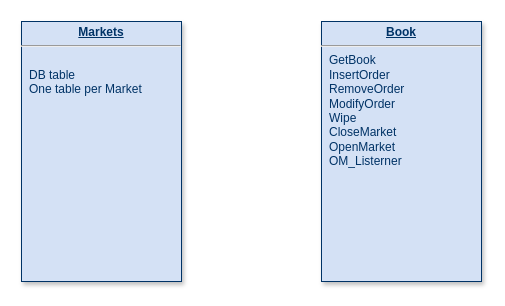
This is page "BOOK" (2 of 2) of Doc/HLD.drawio from shuodata/Babieca, a draw.io file, before an edit. Source tidied: cells renumbered, new cells numbered last; positions are measured from the earlier drawing's top-left corner, leaving out a move shared by most shapes. Both pictures are drawn from the tidied source at 100%, with x=0, y=0 at pixel (21, 21).
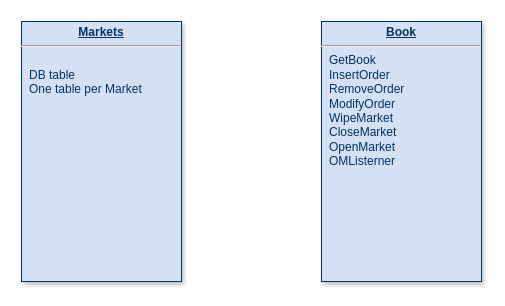
Above is the later version.

What changed in the source:
```diff
@@
 <mxGraphModel>
   <root>
     <mxCell id="0" />
     <mxCell id="1" parent="0" />
-    <mxCell id="2" value="&lt;p style=&quot;margin: 0px ; margin-top: 4px ; text-align: center ; text-decoration: underline&quot;&gt;&lt;strong&gt;Book&lt;/strong&gt;&lt;/p&gt;&lt;hr&gt;&lt;p style=&quot;margin: 0px ; margin-left: 8px&quot;&gt;GetBook&lt;/p&gt;&lt;p style=&quot;margin: 0px ; margin-left: 8px&quot;&gt;InsertOrder&lt;/p&gt;&lt;p style=&quot;margin: 0px ; margin-left: 8px&quot;&gt;RemoveOrder&lt;/p&gt;&lt;p style=&quot;margin: 0px ; margin-left: 8px&quot;&gt;ModifyOrder&lt;/p&gt;&lt;p style=&quot;margin: 0px ; margin-left: 8px&quot;&gt;Wipe&lt;/p&gt;&lt;p style=&quot;margin: 0px ; margin-left: 8px&quot;&gt;CloseMarket&lt;/p&gt;&lt;p style=&quot;margin: 0px ; margin-left: 8px&quot;&gt;OpenMarket&lt;/p&gt;&lt;p style=&quot;margin: 0px ; margin-left: 8px&quot;&gt;OM_Listerner&lt;/p&gt;&lt;p style=&quot;margin: 0px ; margin-left: 8px&quot;&gt;&lt;br&gt;&lt;/p&gt;" style="verticalAlign=top;align=left;overflow=fill;fontSize=12;fontFamily=Helvetica;html=1;strokeColor=#003366;shadow=1;fillColor=#D4E1F5;fontColor=#003366;" parent="1" vertex="1">
+    <mxCell id="2" value="&lt;p style=&quot;margin: 0px ; margin-top: 4px ; text-align: center ; text-decoration: underline&quot;&gt;&lt;strong&gt;Book&lt;/strong&gt;&lt;/p&gt;&lt;hr&gt;&lt;p style=&quot;margin: 0px 0px 0px 8px&quot;&gt;GetBook&lt;/p&gt;&lt;p style=&quot;margin: 0px 0px 0px 8px&quot;&gt;InsertOrder&lt;/p&gt;&lt;p style=&quot;margin: 0px 0px 0px 8px&quot;&gt;RemoveOrder&lt;/p&gt;&lt;p style=&quot;margin: 0px 0px 0px 8px&quot;&gt;ModifyOrder&lt;/p&gt;&lt;p style=&quot;margin: 0px 0px 0px 8px&quot;&gt;WipeMarket&lt;/p&gt;&lt;p style=&quot;margin: 0px 0px 0px 8px&quot;&gt;CloseMarket&lt;/p&gt;&lt;p style=&quot;margin: 0px 0px 0px 8px&quot;&gt;OpenMarket&lt;/p&gt;&lt;p style=&quot;margin: 0px 0px 0px 8px&quot;&gt;OMListerner&lt;/p&gt;&lt;p style=&quot;margin: 0px ; margin-left: 8px&quot;&gt;&lt;br&gt;&lt;/p&gt;" style="verticalAlign=top;align=left;overflow=fill;fontSize=12;fontFamily=Helvetica;html=1;strokeColor=#003366;shadow=1;fillColor=#D4E1F5;fontColor=#003366;" parent="1" vertex="1">
       <mxGeometry x="300" width="160" height="260" as="geometry" />
     </mxCell>
     <mxCell id="3" value="&lt;p style=&quot;margin: 0px ; margin-top: 4px ; text-align: center ; text-decoration: underline&quot;&gt;&lt;b&gt;Markets&lt;/b&gt;&lt;/p&gt;&lt;hr&gt;&lt;p style=&quot;margin: 0px ; margin-left: 8px&quot;&gt;&lt;br&gt;&lt;/p&gt;&lt;p style=&quot;margin: 0px ; margin-left: 8px&quot;&gt;DB table&lt;/p&gt;&lt;p style=&quot;margin: 0px ; margin-left: 8px&quot;&gt;One table per Market&lt;/p&gt;&lt;p style=&quot;margin: 0px ; margin-left: 8px&quot;&gt;&lt;br&gt;&lt;/p&gt;" style="verticalAlign=top;align=left;overflow=fill;fontSize=12;fontFamily=Helvetica;html=1;strokeColor=#003366;shadow=1;fillColor=#D4E1F5;fontColor=#003366;" parent="1" vertex="1">
       <mxGeometry width="160" height="260" as="geometry" />
     </mxCell>
   </root>
 </mxGraphModel>
```
